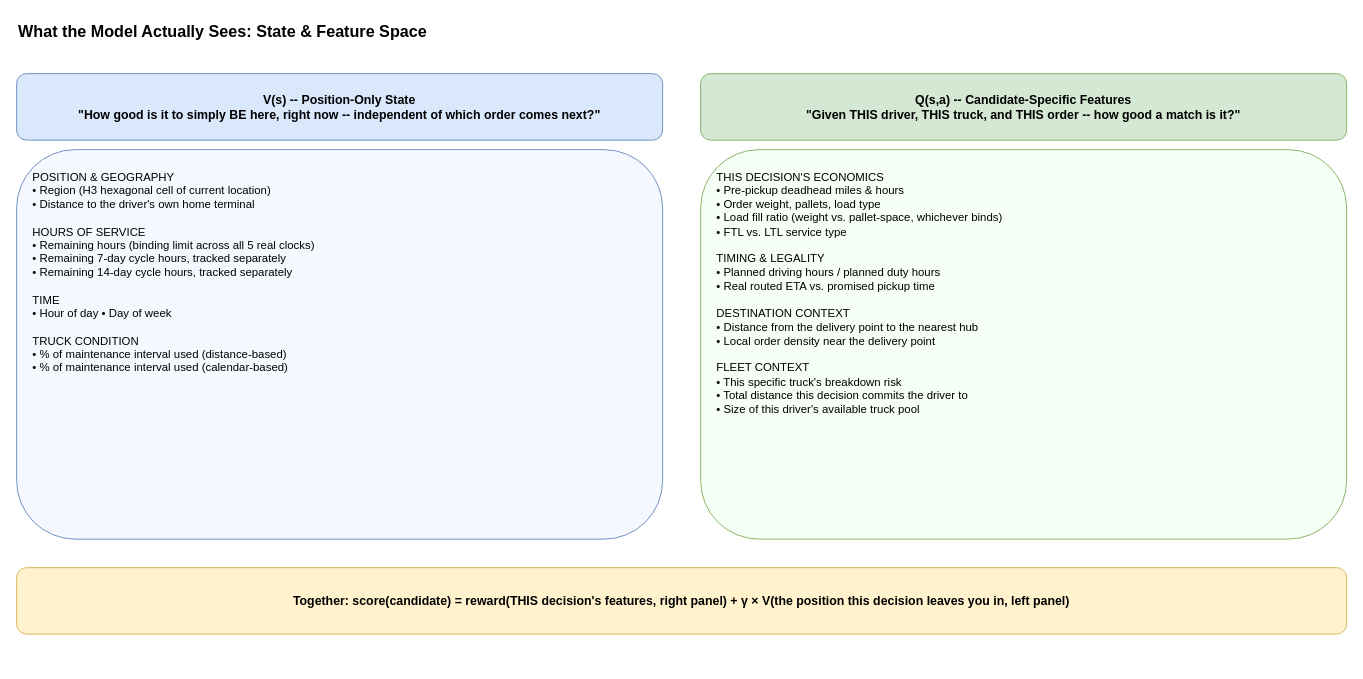
The draw.io diagram page "4 Feature Space" (4 of 5) of documents/diagrams/model_pipeline.drawio in hazardscarn/roadstar-challenge, before the edit. Source tidied: cells renumbered, new cells numbered last; positions are measured from the earlier drawing's top-left corner, leaving out a move shared by most shapes. Both pictures are drawn from the tidied source at 95%, with x=0, y=0 at pixel (16, 16).
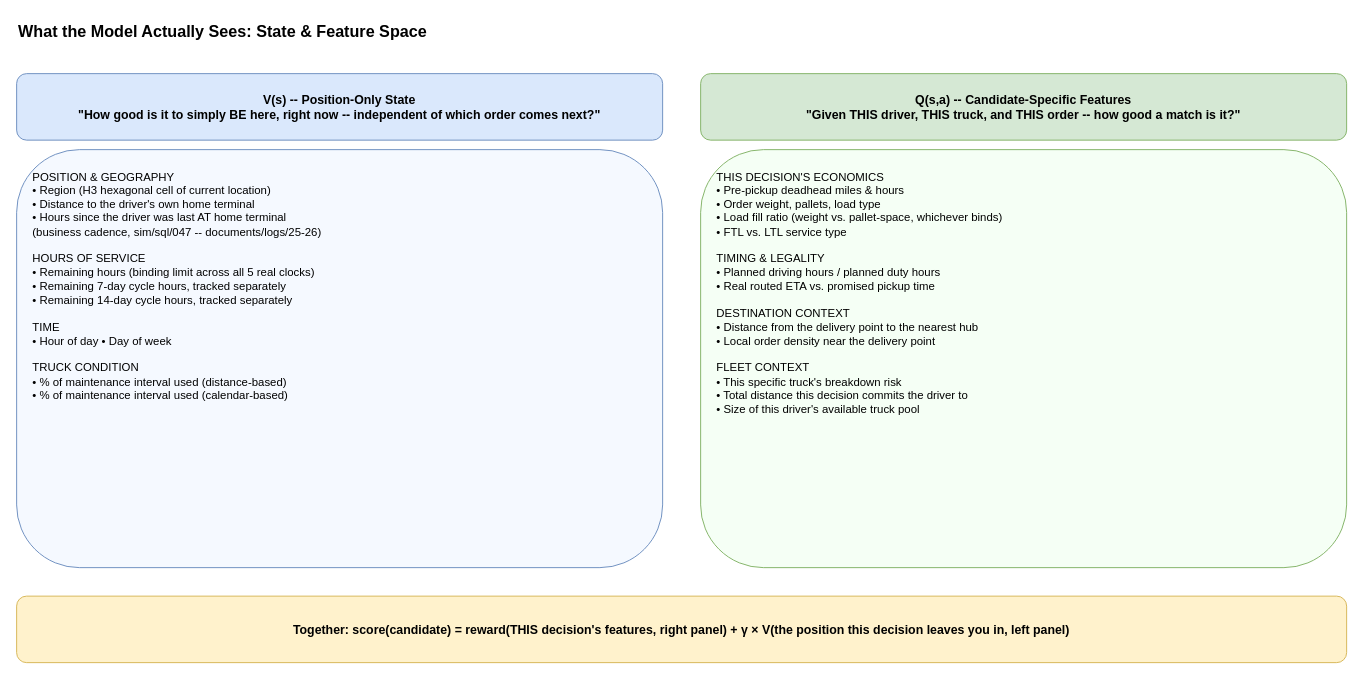
The same diagram, later.

The edit, as a diff of the source:
```diff
@@
 <mxGraphModel>
   <root>
     <mxCell id="0" />
     <mxCell id="1" parent="0" />
     <mxCell id="2" value="What the Model Actually Sees: State &amp; Feature Space" style="text;html=1;align=left;verticalAlign=middle;fontStyle=1;fontSize=17;" parent="1" vertex="1">
       <mxGeometry width="1000" height="34" as="geometry" />
     </mxCell>
     <mxCell id="3" value="V(s) -- Position-Only State&#10;&quot;How good is it to simply BE here, right now -- independent of which order comes next?&quot;" style="rounded=1;whiteSpace=wrap;html=1;fillColor=#dae8fc;strokeColor=#6c8ebf;fontSize=13;fontStyle=1;align=center;" parent="1" vertex="1">
       <mxGeometry y="60" width="680" height="70" as="geometry" />
     </mxCell>
-    <mxCell id="4" value="POSITION &amp; GEOGRAPHY&#10;• Region (H3 hexagonal cell of current location)&#10;• Distance to the driver's own home terminal&#10;&#10;HOURS OF SERVICE&#10;• Remaining hours (binding limit across all 5 real clocks)&#10;• Remaining 7-day cycle hours, tracked separately&#10;• Remaining 14-day cycle hours, tracked separately&#10;&#10;TIME&#10;• Hour of day  •  Day of week&#10;&#10;TRUCK CONDITION&#10;• % of maintenance interval used (distance-based)&#10;• % of maintenance interval used (calendar-based)" style="rounded=1;whiteSpace=wrap;html=1;fillColor=#f5f9ff;strokeColor=#6c8ebf;fontSize=12;align=left;verticalAlign=top;spacingLeft=15;spacingTop=15;" parent="1" vertex="1">
-      <mxGeometry y="140" width="680" height="410" as="geometry" />
+    <mxCell id="4" value="POSITION &amp; GEOGRAPHY&#10;• Region (H3 hexagonal cell of current location)&#10;• Distance to the driver's own home terminal&#10;• Hours since the driver was last AT home terminal&#10;  (business cadence, sim/sql/047 -- documents/logs/25-26)&#10;&#10;HOURS OF SERVICE&#10;• Remaining hours (binding limit across all 5 real clocks)&#10;• Remaining 7-day cycle hours, tracked separately&#10;• Remaining 14-day cycle hours, tracked separately&#10;&#10;TIME&#10;• Hour of day  •  Day of week&#10;&#10;TRUCK CONDITION&#10;• % of maintenance interval used (distance-based)&#10;• % of maintenance interval used (calendar-based)" style="rounded=1;whiteSpace=wrap;html=1;fillColor=#f5f9ff;strokeColor=#6c8ebf;fontSize=12;align=left;verticalAlign=top;spacingLeft=15;spacingTop=15;" parent="1" vertex="1">
+      <mxGeometry y="140" width="680" height="440" as="geometry" />
     </mxCell>
     <mxCell id="5" value="Q(s,a) -- Candidate-Specific Features&#10;&quot;Given THIS driver, THIS truck, and THIS order -- how good a match is it?&quot;" style="rounded=1;whiteSpace=wrap;html=1;fillColor=#d5e8d4;strokeColor=#82b366;fontSize=13;fontStyle=1;align=center;" parent="1" vertex="1">
       <mxGeometry x="720" y="60" width="680" height="70" as="geometry" />
     </mxCell>
     <mxCell id="6" value="THIS DECISION'S ECONOMICS&#10;• Pre-pickup deadhead miles &amp; hours&#10;• Order weight, pallets, load type&#10;• Load fill ratio (weight vs. pallet-space, whichever binds)&#10;• FTL vs. LTL service type&#10;&#10;TIMING &amp; LEGALITY&#10;• Planned driving hours / planned duty hours&#10;• Real routed ETA vs. promised pickup time&#10;&#10;DESTINATION CONTEXT&#10;• Distance from the delivery point to the nearest hub&#10;• Local order density near the delivery point&#10;&#10;FLEET CONTEXT&#10;• This specific truck's breakdown risk&#10;• Total distance this decision commits the driver to&#10;• Size of this driver's available truck pool" style="rounded=1;whiteSpace=wrap;html=1;fillColor=#f5fff5;strokeColor=#82b366;fontSize=12;align=left;verticalAlign=top;spacingLeft=15;spacingTop=15;" parent="1" vertex="1">
-      <mxGeometry x="720" y="140" width="680" height="410" as="geometry" />
+      <mxGeometry x="720" y="140" width="680" height="440" as="geometry" />
     </mxCell>
     <mxCell id="7" value="Together: score(candidate) = reward(THIS decision's features, right panel) + γ × V(the position this decision leaves you in, left panel)" style="rounded=1;whiteSpace=wrap;html=1;fillColor=#fff2cc;strokeColor=#d6b656;fontSize=13;fontStyle=1;align=center;verticalAlign=middle;" parent="1" vertex="1">
-      <mxGeometry y="580" width="1400" height="70" as="geometry" />
+      <mxGeometry y="610" width="1400" height="70" as="geometry" />
     </mxCell>
   </root>
 </mxGraphModel>
```
